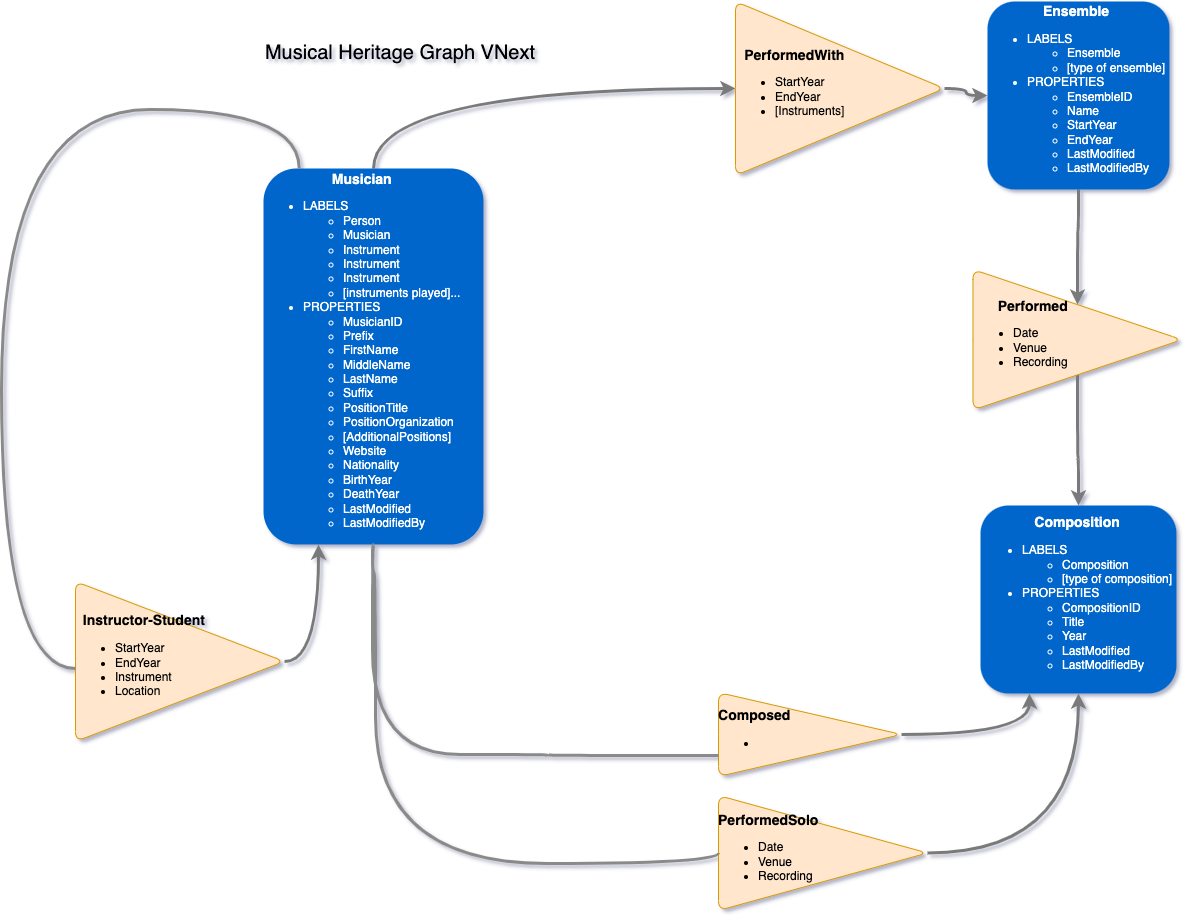
This is README.assets/Musical Heritage Model-VNext.png from greyshore/MusicTree.Me, a draw.io export, as it was before one commit. Source tidied: cells renumbered, new cells last; positions are measured from the earlier drawing's top-left corner, leaving out a move shared by most shapes. Source of this version:
```xml
<mxGraphModel>
  <root>
    <mxCell id="0" />
    <mxCell id="1" parent="0" />
    <mxCell id="2" style="edgeStyle=orthogonalEdgeStyle;curved=1;rounded=0;jettySize=auto;html=1;entryX=0;entryY=0.5;entryDx=0;entryDy=0;fontSize=20;strokeColor=#7A7A7A;strokeWidth=3;exitX=0.5;exitY=0;exitDx=0;exitDy=0;" parent="1" edge="1" source="3" target="12">
      <mxGeometry relative="1" as="geometry" />
    </mxCell>
    <mxCell id="3" value="&lt;div style=&quot;text-align: center&quot;&gt;&lt;b&gt;&lt;font style=&quot;font-size: 14px&quot;&gt;Musician&lt;/font&gt;&lt;/b&gt;&lt;/div&gt;&lt;ul&gt;&lt;li&gt;LABELS&lt;/li&gt;&lt;ul&gt;&lt;li&gt;Person&lt;/li&gt;&lt;li&gt;Musician&lt;/li&gt;&lt;li&gt;Instrument&lt;/li&gt;&lt;li&gt;Instrument&lt;/li&gt;&lt;li&gt;Instrument&lt;/li&gt;&lt;li&gt;[instruments played]...&lt;/li&gt;&lt;/ul&gt;&lt;li&gt;PROPERTIES&lt;/li&gt;&lt;ul&gt;&lt;li&gt;MusicianID&lt;/li&gt;&lt;li&gt;Prefix&lt;/li&gt;&lt;li&gt;FirstName&lt;/li&gt;&lt;li&gt;MiddleName&lt;/li&gt;&lt;li&gt;LastName&lt;/li&gt;&lt;li&gt;Suffix&lt;/li&gt;&lt;li&gt;PositionTitle&lt;/li&gt;&lt;li&gt;PositionOrganization&lt;/li&gt;&lt;li&gt;[AdditionalPositions]&lt;/li&gt;&lt;li&gt;Website&lt;/li&gt;&lt;li&gt;Nationality&lt;/li&gt;&lt;li&gt;BirthYear&lt;/li&gt;&lt;li&gt;DeathYear&lt;/li&gt;&lt;li&gt;LastModified&lt;/li&gt;&lt;li&gt;LastModifiedBy&lt;/li&gt;&lt;/ul&gt;&lt;/ul&gt;" style="rounded=1;fillColor=#0066CC;strokeColor=none;strokeWidth=3;shadow=0;html=1;fontColor=#FFFFFF;spacing=0;align=left;" parent="1" vertex="1">
      <mxGeometry x="262" y="167" width="220" height="376" as="geometry" />
    </mxCell>
    <mxCell id="4" style="edgeStyle=orthogonalEdgeStyle;rounded=0;jettySize=auto;html=1;exitX=1;exitY=0.5;exitDx=0;exitDy=0;entryX=0.25;entryY=1;entryDx=0;entryDy=0;curved=1;strokeColor=#7A7A7A;strokeWidth=3;" parent="1" edge="1" source="5" target="3">
      <mxGeometry relative="1" as="geometry" />
    </mxCell>
    <mxCell id="5" value="&lt;div style=&quot;text-align: right&quot;&gt;&lt;b style=&quot;font-size: 14px&quot;&gt;&amp;nbsp; Instructor-Student&lt;/b&gt;&lt;/div&gt;&lt;ul&gt;&lt;li&gt;&lt;span&gt;StartYear&lt;/span&gt;&lt;/li&gt;&lt;li&gt;&lt;span&gt;EndYear&lt;/span&gt;&lt;/li&gt;&lt;li&gt;&lt;span&gt;Instrument&lt;/span&gt;&lt;/li&gt;&lt;li&gt;&lt;span&gt;Location&lt;/span&gt;&lt;/li&gt;&lt;/ul&gt;" style="triangle;whiteSpace=wrap;html=1;align=left;fillColor=#ffe6cc;strokeColor=#d79b00;rounded=1;spacing=0;" parent="1" vertex="1">
      <mxGeometry x="74" y="580" width="209" height="160" as="geometry" />
    </mxCell>
    <mxCell id="6" style="edgeStyle=orthogonalEdgeStyle;rounded=1;jettySize=auto;html=1;endArrow=none;curved=1;strokeWidth=3;strokeColor=#8A8A8A;exitX=0.162;exitY=0;exitDx=0;exitDy=0;exitPerimeter=0;" parent="1" edge="1" source="3" target="5">
      <mxGeometry relative="1" as="geometry">
        <Array as="points">
          <mxPoint x="297" y="108" />
          <mxPoint y="108" />
          <mxPoint y="667" />
        </Array>
      </mxGeometry>
    </mxCell>
    <mxCell id="7" value="&lt;font style=&quot;font-size: 20px&quot;&gt;Musical Heritage Graph VNext&lt;/font&gt;" style="text;html=1;strokeColor=none;fillColor=none;align=center;verticalAlign=middle;whiteSpace=wrap;rounded=0;" parent="1" vertex="1">
      <mxGeometry x="246" y="36" width="306" height="30" as="geometry" />
    </mxCell>
    <mxCell id="8" style="edgeStyle=orthogonalEdgeStyle;curved=1;rounded=0;jettySize=auto;html=1;exitX=0.5;exitY=1;exitDx=0;exitDy=0;fontSize=20;strokeColor=#7A7A7A;strokeWidth=3;entryX=0.5;entryY=0;entryDx=0;entryDy=0;" parent="1" edge="1" source="9" target="20">
      <mxGeometry relative="1" as="geometry" />
    </mxCell>
    <mxCell id="9" value="&lt;div style=&quot;text-align: center&quot;&gt;&lt;b style=&quot;font-size: 14px&quot;&gt;Ensemble&lt;/b&gt;&lt;/div&gt;&lt;ul&gt;&lt;li&gt;&lt;span&gt;LABELS&lt;/span&gt;&lt;/li&gt;&lt;ul&gt;&lt;li&gt;&lt;span&gt;Ensemble&lt;/span&gt;&lt;/li&gt;&lt;li&gt;[type of ensemble]&lt;/li&gt;&lt;/ul&gt;&lt;li&gt;&lt;span&gt;PROPERTIES&lt;/span&gt;&lt;/li&gt;&lt;ul&gt;&lt;li&gt;&lt;span&gt;EnsembleID&lt;/span&gt;&lt;/li&gt;&lt;li&gt;Name&lt;/li&gt;&lt;li&gt;StartYear&lt;/li&gt;&lt;li&gt;EndYear&lt;/li&gt;&lt;li&gt;LastModified&lt;/li&gt;&lt;li&gt;LastModifiedBy&lt;/li&gt;&lt;/ul&gt;&lt;/ul&gt;" style="rounded=1;fillColor=#0066CC;strokeColor=none;strokeWidth=3;shadow=0;html=1;fontColor=#FFFFFF;spacing=0;spacingRight=-2;align=left;" parent="1" vertex="1">
      <mxGeometry x="986" width="182" height="188" as="geometry" />
    </mxCell>
    <mxCell id="10" value="&lt;div style=&quot;text-align: center&quot;&gt;&lt;b style=&quot;font-size: 14px&quot;&gt;Composition&lt;/b&gt;&lt;/div&gt;&lt;ul&gt;&lt;li&gt;LABELS&lt;/li&gt;&lt;ul&gt;&lt;li&gt;Composition&lt;/li&gt;&lt;li&gt;[type of composition]&lt;/li&gt;&lt;/ul&gt;&lt;li&gt;PROPERTIES&lt;/li&gt;&lt;ul&gt;&lt;li&gt;CompositionID&lt;/li&gt;&lt;li&gt;Title&lt;/li&gt;&lt;li&gt;Year&lt;/li&gt;&lt;li&gt;LastModified&lt;/li&gt;&lt;li&gt;LastModifiedBy&lt;/li&gt;&lt;/ul&gt;&lt;/ul&gt;" style="rounded=1;fillColor=#0066CC;strokeColor=none;strokeWidth=3;shadow=0;html=1;fontColor=#FFFFFF;align=left;" parent="1" vertex="1">
      <mxGeometry x="979" y="504" width="196" height="188" as="geometry" />
    </mxCell>
    <mxCell id="11" style="edgeStyle=orthogonalEdgeStyle;curved=1;rounded=0;jettySize=auto;html=1;exitX=1;exitY=0.5;exitDx=0;exitDy=0;entryX=0;entryY=0.5;entryDx=0;entryDy=0;fontSize=20;strokeColor=#7A7A7A;strokeWidth=3;" parent="1" edge="1" source="12" target="9">
      <mxGeometry relative="1" as="geometry" />
    </mxCell>
    <mxCell id="12" value="&lt;div style=&quot;text-align: right&quot;&gt;&lt;span style=&quot;font-size: 14px&quot;&gt;&lt;b&gt;PerformedWith&lt;/b&gt;&lt;/span&gt;&lt;/div&gt;&lt;ul&gt;&lt;li&gt;&lt;span&gt;StartYear&lt;/span&gt;&lt;/li&gt;&lt;li&gt;&lt;span&gt;EndYear&lt;/span&gt;&lt;/li&gt;&lt;li&gt;&lt;span&gt;[Instruments]&lt;/span&gt;&lt;/li&gt;&lt;/ul&gt;" style="triangle;whiteSpace=wrap;html=1;align=left;fillColor=#ffe6cc;strokeColor=#d79b00;rounded=1;spacing=0;" parent="1" vertex="1">
      <mxGeometry x="734" width="209" height="174" as="geometry" />
    </mxCell>
    <mxCell id="13" style="edgeStyle=orthogonalEdgeStyle;curved=1;rounded=0;jettySize=auto;html=1;exitX=1;exitY=0.5;exitDx=0;exitDy=0;entryX=0.25;entryY=1;entryDx=0;entryDy=0;fontSize=20;strokeColor=#7A7A7A;strokeWidth=3;" parent="1" edge="1" source="14" target="10">
      <mxGeometry relative="1" as="geometry" />
    </mxCell>
    <mxCell id="14" value="&lt;div style=&quot;text-align: right&quot;&gt;&lt;b style=&quot;font-size: 14px&quot;&gt;Composed&lt;/b&gt;&lt;/div&gt;&lt;ul&gt;&lt;li&gt;&lt;br&gt;&lt;/li&gt;&lt;/ul&gt;" style="triangle;whiteSpace=wrap;html=1;align=left;fillColor=#ffe6cc;strokeColor=#d79b00;rounded=1;spacing=0;" parent="1" vertex="1">
      <mxGeometry x="717" y="691" width="183" height="84" as="geometry" />
    </mxCell>
    <mxCell id="15" style="edgeStyle=orthogonalEdgeStyle;curved=1;rounded=0;jettySize=auto;html=1;exitX=1;exitY=0.5;exitDx=0;exitDy=0;entryX=0.5;entryY=1;entryDx=0;entryDy=0;fontSize=20;strokeColor=#7A7A7A;strokeWidth=3;" parent="1" edge="1" source="16" target="10">
      <mxGeometry relative="1" as="geometry" />
    </mxCell>
    <mxCell id="16" value="&lt;div style=&quot;text-align: right&quot;&gt;&lt;b style=&quot;font-size: 14px&quot;&gt;PerformedSolo&lt;/b&gt;&lt;/div&gt;&lt;ul&gt;&lt;li&gt;Date&lt;/li&gt;&lt;li&gt;Venue&lt;/li&gt;&lt;li&gt;Recording&lt;/li&gt;&lt;/ul&gt;" style="triangle;whiteSpace=wrap;html=1;align=left;fillColor=#ffe6cc;strokeColor=#d79b00;rounded=1;spacing=0;" parent="1" vertex="1">
      <mxGeometry x="717" y="794" width="209" height="115" as="geometry" />
    </mxCell>
    <mxCell id="17" style="edgeStyle=orthogonalEdgeStyle;rounded=1;jettySize=auto;html=1;endArrow=none;curved=1;exitX=0.5;exitY=1;exitDx=0;exitDy=0;strokeWidth=3;strokeColor=#8A8A8A;entryX=0;entryY=0.75;entryDx=0;entryDy=0;" parent="1" edge="1" source="3" target="14">
      <mxGeometry relative="1" as="geometry">
        <Array as="points">
          <mxPoint x="371" y="753" />
          <mxPoint x="546" y="753" />
          <mxPoint x="546" y="754" />
        </Array>
      </mxGeometry>
    </mxCell>
    <mxCell id="18" style="edgeStyle=orthogonalEdgeStyle;rounded=1;jettySize=auto;html=1;endArrow=none;curved=1;exitX=0.5;exitY=1;exitDx=0;exitDy=0;strokeWidth=3;strokeColor=#8A8A8A;entryX=0;entryY=0.5;entryDx=0;entryDy=0;" parent="1" edge="1" source="3" target="16">
      <mxGeometry relative="1" as="geometry">
        <Array as="points">
          <mxPoint x="371" y="570" />
          <mxPoint x="374" y="570" />
          <mxPoint x="374" y="862" />
          <mxPoint x="717" y="862" />
        </Array>
      </mxGeometry>
    </mxCell>
    <mxCell id="19" style="edgeStyle=orthogonalEdgeStyle;curved=1;rounded=0;jettySize=auto;html=1;entryX=0.5;entryY=0;entryDx=0;entryDy=0;fontSize=20;strokeColor=#7A7A7A;strokeWidth=3;" parent="1" edge="1" source="20" target="10">
      <mxGeometry relative="1" as="geometry" />
    </mxCell>
    <mxCell id="20" value="&lt;div style=&quot;text-align: right&quot;&gt;&lt;b style=&quot;font-size: 14px&quot;&gt;Performed&lt;/b&gt;&lt;/div&gt;&lt;ul&gt;&lt;li&gt;Date&lt;/li&gt;&lt;li&gt;Venue&lt;/li&gt;&lt;li&gt;Recording&lt;/li&gt;&lt;/ul&gt;" style="triangle;whiteSpace=wrap;html=1;align=left;fillColor=#ffe6cc;strokeColor=#d79b00;rounded=1;spacing=0;" parent="1" vertex="1">
      <mxGeometry x="971.5" y="268" width="209" height="140.5" as="geometry" />
    </mxCell>
  </root>
</mxGraphModel>
```
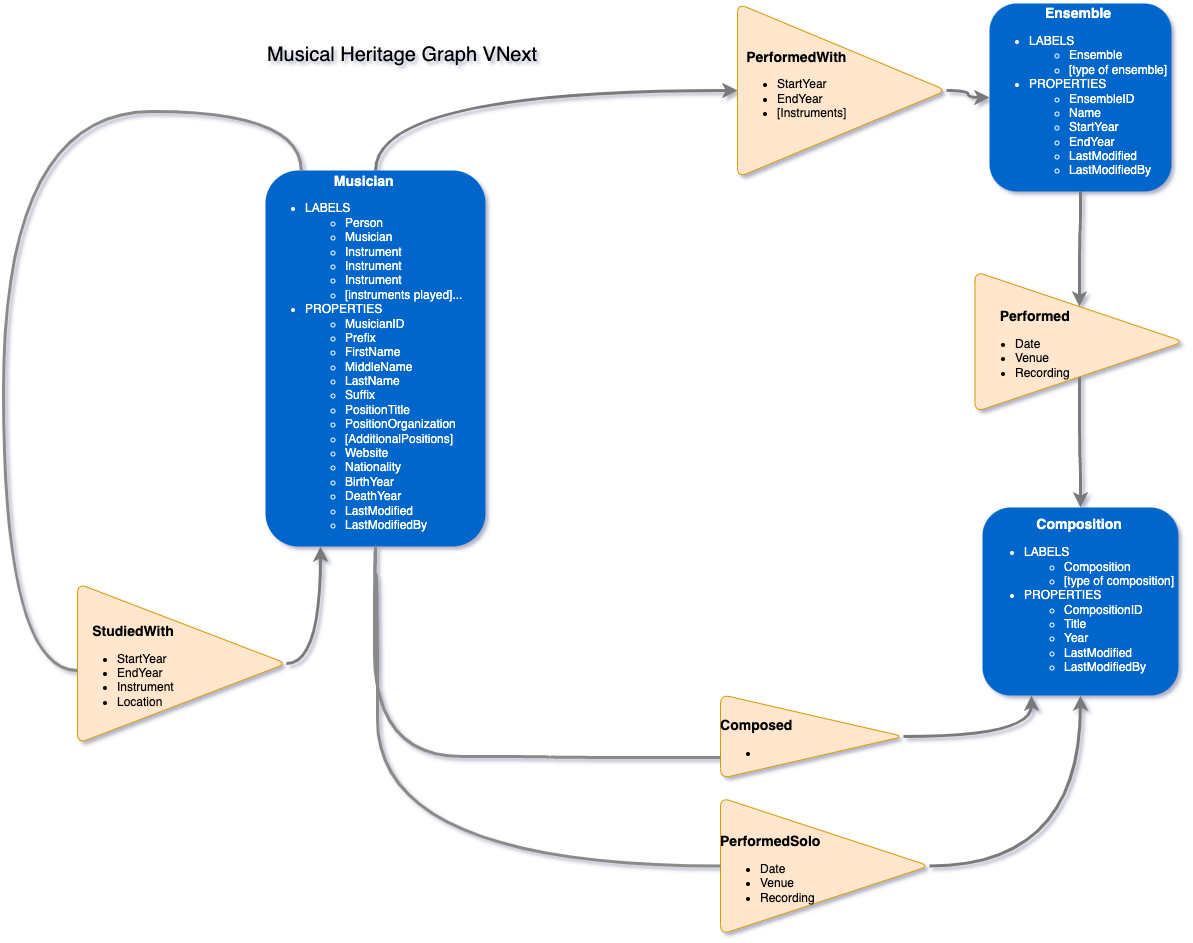
After the commit.

Commit message:
updated diagrams and links in README

Diff of the diagram source:
```diff
@@ -11,7 +11,7 @@
     <mxCell id="4" style="edgeStyle=orthogonalEdgeStyle;rounded=0;jettySize=auto;html=1;exitX=1;exitY=0.5;exitDx=0;exitDy=0;entryX=0.25;entryY=1;entryDx=0;entryDy=0;curved=1;strokeColor=#7A7A7A;strokeWidth=3;" parent="1" edge="1" source="5" target="3">
       <mxGeometry relative="1" as="geometry" />
     </mxCell>
-    <mxCell id="5" value="&lt;div style=&quot;text-align: right&quot;&gt;&lt;b style=&quot;font-size: 14px&quot;&gt;&amp;nbsp; Instructor-Student&lt;/b&gt;&lt;/div&gt;&lt;ul&gt;&lt;li&gt;&lt;span&gt;StartYear&lt;/span&gt;&lt;/li&gt;&lt;li&gt;&lt;span&gt;EndYear&lt;/span&gt;&lt;/li&gt;&lt;li&gt;&lt;span&gt;Instrument&lt;/span&gt;&lt;/li&gt;&lt;li&gt;&lt;span&gt;Location&lt;/span&gt;&lt;/li&gt;&lt;/ul&gt;" style="triangle;whiteSpace=wrap;html=1;align=left;fillColor=#ffe6cc;strokeColor=#d79b00;rounded=1;spacing=0;" parent="1" vertex="1">
+    <mxCell id="5" value="&lt;div style=&quot;text-align: right&quot;&gt;&lt;b style=&quot;font-size: 14px&quot;&gt;&lt;br&gt;&lt;/b&gt;&lt;/div&gt;&lt;div style=&quot;text-align: right&quot;&gt;&lt;b style=&quot;font-size: 14px&quot;&gt;&amp;nbsp; StudiedWith&lt;/b&gt;&lt;br&gt;&lt;/div&gt;&lt;ul&gt;&lt;li&gt;&lt;span&gt;StartYear&lt;/span&gt;&lt;/li&gt;&lt;li&gt;&lt;span&gt;EndYear&lt;/span&gt;&lt;/li&gt;&lt;li&gt;&lt;span&gt;Instrument&lt;/span&gt;&lt;/li&gt;&lt;li&gt;&lt;span&gt;Location&lt;/span&gt;&lt;/li&gt;&lt;/ul&gt;" style="triangle;whiteSpace=wrap;html=1;align=left;fillColor=#ffe6cc;strokeColor=#d79b00;rounded=1;spacing=0;" parent="1" vertex="1">
       <mxGeometry x="74" y="580" width="209" height="160" as="geometry" />
     </mxCell>
     <mxCell id="6" style="edgeStyle=orthogonalEdgeStyle;rounded=1;jettySize=auto;html=1;endArrow=none;curved=1;strokeWidth=3;strokeColor=#8A8A8A;exitX=0.162;exitY=0;exitDx=0;exitDy=0;exitPerimeter=0;" parent="1" edge="1" source="3" target="5">
@@ -44,14 +44,14 @@
     <mxCell id="13" style="edgeStyle=orthogonalEdgeStyle;curved=1;rounded=0;jettySize=auto;html=1;exitX=1;exitY=0.5;exitDx=0;exitDy=0;entryX=0.25;entryY=1;entryDx=0;entryDy=0;fontSize=20;strokeColor=#7A7A7A;strokeWidth=3;" parent="1" edge="1" source="14" target="10">
       <mxGeometry relative="1" as="geometry" />
     </mxCell>
-    <mxCell id="14" value="&lt;div style=&quot;text-align: right&quot;&gt;&lt;b style=&quot;font-size: 14px&quot;&gt;Composed&lt;/b&gt;&lt;/div&gt;&lt;ul&gt;&lt;li&gt;&lt;br&gt;&lt;/li&gt;&lt;/ul&gt;" style="triangle;whiteSpace=wrap;html=1;align=left;fillColor=#ffe6cc;strokeColor=#d79b00;rounded=1;spacing=0;" parent="1" vertex="1">
+    <mxCell id="14" value="&lt;div style=&quot;text-align: right&quot;&gt;&lt;b style=&quot;font-size: 14px&quot;&gt;&lt;br&gt;&lt;/b&gt;&lt;/div&gt;&lt;div style=&quot;text-align: right&quot;&gt;&lt;b style=&quot;font-size: 14px&quot;&gt;Composed&lt;/b&gt;&lt;/div&gt;&lt;ul&gt;&lt;li&gt;&lt;br&gt;&lt;/li&gt;&lt;/ul&gt;" style="triangle;whiteSpace=wrap;html=1;align=left;fillColor=#ffe6cc;strokeColor=#d79b00;rounded=1;spacing=0;" parent="1" vertex="1">
       <mxGeometry x="717" y="691" width="183" height="84" as="geometry" />
     </mxCell>
     <mxCell id="15" style="edgeStyle=orthogonalEdgeStyle;curved=1;rounded=0;jettySize=auto;html=1;exitX=1;exitY=0.5;exitDx=0;exitDy=0;entryX=0.5;entryY=1;entryDx=0;entryDy=0;fontSize=20;strokeColor=#7A7A7A;strokeWidth=3;" parent="1" edge="1" source="16" target="10">
       <mxGeometry relative="1" as="geometry" />
     </mxCell>
-    <mxCell id="16" value="&lt;div style=&quot;text-align: right&quot;&gt;&lt;b style=&quot;font-size: 14px&quot;&gt;PerformedSolo&lt;/b&gt;&lt;/div&gt;&lt;ul&gt;&lt;li&gt;Date&lt;/li&gt;&lt;li&gt;Venue&lt;/li&gt;&lt;li&gt;Recording&lt;/li&gt;&lt;/ul&gt;" style="triangle;whiteSpace=wrap;html=1;align=left;fillColor=#ffe6cc;strokeColor=#d79b00;rounded=1;spacing=0;" parent="1" vertex="1">
-      <mxGeometry x="717" y="794" width="209" height="115" as="geometry" />
+    <mxCell id="16" value="&lt;div style=&quot;text-align: right&quot;&gt;&lt;b style=&quot;font-size: 14px&quot;&gt;&amp;nbsp;&amp;nbsp;&lt;/b&gt;&lt;/div&gt;&lt;div style=&quot;text-align: right&quot;&gt;&lt;b style=&quot;font-size: 14px&quot;&gt;PerformedSolo&lt;/b&gt;&lt;/div&gt;&lt;ul&gt;&lt;li&gt;Date&lt;/li&gt;&lt;li&gt;Venue&lt;/li&gt;&lt;li&gt;Recording&lt;/li&gt;&lt;/ul&gt;" style="triangle;whiteSpace=wrap;html=1;align=left;fillColor=#ffe6cc;strokeColor=#d79b00;rounded=1;spacing=0;" parent="1" vertex="1">
+      <mxGeometry x="717" y="794" width="209" height="137" as="geometry" />
     </mxCell>
     <mxCell id="17" style="edgeStyle=orthogonalEdgeStyle;rounded=1;jettySize=auto;html=1;endArrow=none;curved=1;exitX=0.5;exitY=1;exitDx=0;exitDy=0;strokeWidth=3;strokeColor=#8A8A8A;entryX=0;entryY=0.75;entryDx=0;entryDy=0;" parent="1" edge="1" source="3" target="14">
       <mxGeometry relative="1" as="geometry">
@@ -75,7 +75,7 @@
     <mxCell id="19" style="edgeStyle=orthogonalEdgeStyle;curved=1;rounded=0;jettySize=auto;html=1;entryX=0.5;entryY=0;entryDx=0;entryDy=0;fontSize=20;strokeColor=#7A7A7A;strokeWidth=3;" parent="1" edge="1" source="20" target="10">
       <mxGeometry relative="1" as="geometry" />
     </mxCell>
-    <mxCell id="20" value="&lt;div style=&quot;text-align: right&quot;&gt;&lt;b style=&quot;font-size: 14px&quot;&gt;Performed&lt;/b&gt;&lt;/div&gt;&lt;ul&gt;&lt;li&gt;Date&lt;/li&gt;&lt;li&gt;Venue&lt;/li&gt;&lt;li&gt;Recording&lt;/li&gt;&lt;/ul&gt;" style="triangle;whiteSpace=wrap;html=1;align=left;fillColor=#ffe6cc;strokeColor=#d79b00;rounded=1;spacing=0;" parent="1" vertex="1">
+    <mxCell id="20" value="&lt;div style=&quot;text-align: right&quot;&gt;&lt;b style=&quot;font-size: 14px&quot;&gt;&lt;br&gt;&lt;/b&gt;&lt;/div&gt;&lt;div style=&quot;text-align: right&quot;&gt;&lt;b style=&quot;font-size: 14px&quot;&gt;Performed&lt;/b&gt;&lt;/div&gt;&lt;ul&gt;&lt;li&gt;Date&lt;/li&gt;&lt;li&gt;Venue&lt;/li&gt;&lt;li&gt;Recording&lt;/li&gt;&lt;/ul&gt;" style="triangle;whiteSpace=wrap;html=1;align=left;fillColor=#ffe6cc;strokeColor=#d79b00;rounded=1;spacing=0;" parent="1" vertex="1">
       <mxGeometry x="971.5" y="268" width="209" height="140.5" as="geometry" />
     </mxCell>
   </root>
```
